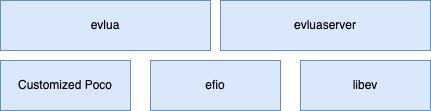
Tekenlight/evpoco keeps this draw.io diagram as Overview.png. Above is the earlier version. Source tidied: cells renumbered, new cells last; positions are measured from the earlier drawing's top-left corner, leaving out a move shared by most shapes.
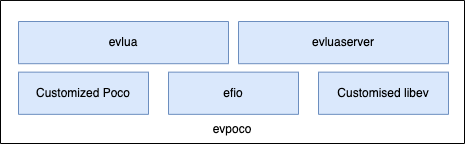
After the change.

The edit, as a diff of the source:
```diff
@@ -2,20 +2,23 @@
   <root>
     <mxCell id="0" />
     <mxCell id="1" parent="0" />
+    <mxCell id="7" value="&lt;br&gt;&lt;br&gt;&lt;br&gt;&lt;br&gt;&lt;br&gt;&lt;br&gt;&lt;br&gt;&lt;br&gt;evpoco" style="rounded=0;whiteSpace=wrap;html=1;fillColor=none;flipH=1;flipV=1;" parent="1" vertex="1">
+      <mxGeometry x="-18" y="-11.6" width="464" height="143" as="geometry" />
+    </mxCell>
-    <mxCell id="2" value="Customized Poco" style="rounded=0;whiteSpace=wrap;html=1;fillColor=#dae8fc;strokeColor=#6c8ebf;" parent="1" vertex="1">
-      <mxGeometry y="60" width="130" height="50" as="geometry" />
+    <mxCell id="2" value="Customized Poco" style="rounded=0;whiteSpace=wrap;html=1;fillColor=#dae8fc;strokeColor=#6c8ebf;flipH=1;flipV=1;" parent="1" vertex="1">
+      <mxGeometry y="60" width="130" height="42.2" as="geometry" />
     </mxCell>
-    <mxCell id="3" value="efio" style="rounded=0;whiteSpace=wrap;html=1;fillColor=#dae8fc;strokeColor=#6c8ebf;" parent="1" vertex="1">
-      <mxGeometry x="150" y="60" width="130" height="50" as="geometry" />
+    <mxCell id="3" value="efio" style="rounded=0;whiteSpace=wrap;html=1;fillColor=#dae8fc;strokeColor=#6c8ebf;flipH=1;flipV=1;" parent="1" vertex="1">
+      <mxGeometry x="150" y="60" width="130" height="42.2" as="geometry" />
     </mxCell>
-    <mxCell id="4" value="libev" style="rounded=0;whiteSpace=wrap;html=1;fillColor=#dae8fc;strokeColor=#6c8ebf;" parent="1" vertex="1">
-      <mxGeometry x="300" y="60" width="130" height="50" as="geometry" />
+    <mxCell id="4" value="Customised libev" style="rounded=0;whiteSpace=wrap;html=1;fillColor=#dae8fc;strokeColor=#6c8ebf;flipH=1;flipV=1;" parent="1" vertex="1">
+      <mxGeometry x="300" y="60" width="130" height="42.2" as="geometry" />
     </mxCell>
-    <mxCell id="5" value="evlua" style="rounded=0;whiteSpace=wrap;html=1;fillColor=#dae8fc;strokeColor=#6c8ebf;" parent="1" vertex="1">
-      <mxGeometry width="210" height="50" as="geometry" />
+    <mxCell id="5" value="evlua" style="rounded=0;whiteSpace=wrap;html=1;fillColor=#dae8fc;strokeColor=#6c8ebf;flipH=1;flipV=1;" parent="1" vertex="1">
+      <mxGeometry y="9.4" width="210" height="42.2" as="geometry" />
     </mxCell>
-    <mxCell id="6" value="evluaserver" style="rounded=0;whiteSpace=wrap;html=1;fillColor=#dae8fc;strokeColor=#6c8ebf;" parent="1" vertex="1">
-      <mxGeometry x="220" width="210" height="50" as="geometry" />
+    <mxCell id="6" value="evluaserver" style="rounded=0;whiteSpace=wrap;html=1;fillColor=#dae8fc;strokeColor=#6c8ebf;flipH=1;flipV=1;" parent="1" vertex="1">
+      <mxGeometry x="220" y="9.4" width="210" height="42.2" as="geometry" />
     </mxCell>
   </root>
 </mxGraphModel>
```
